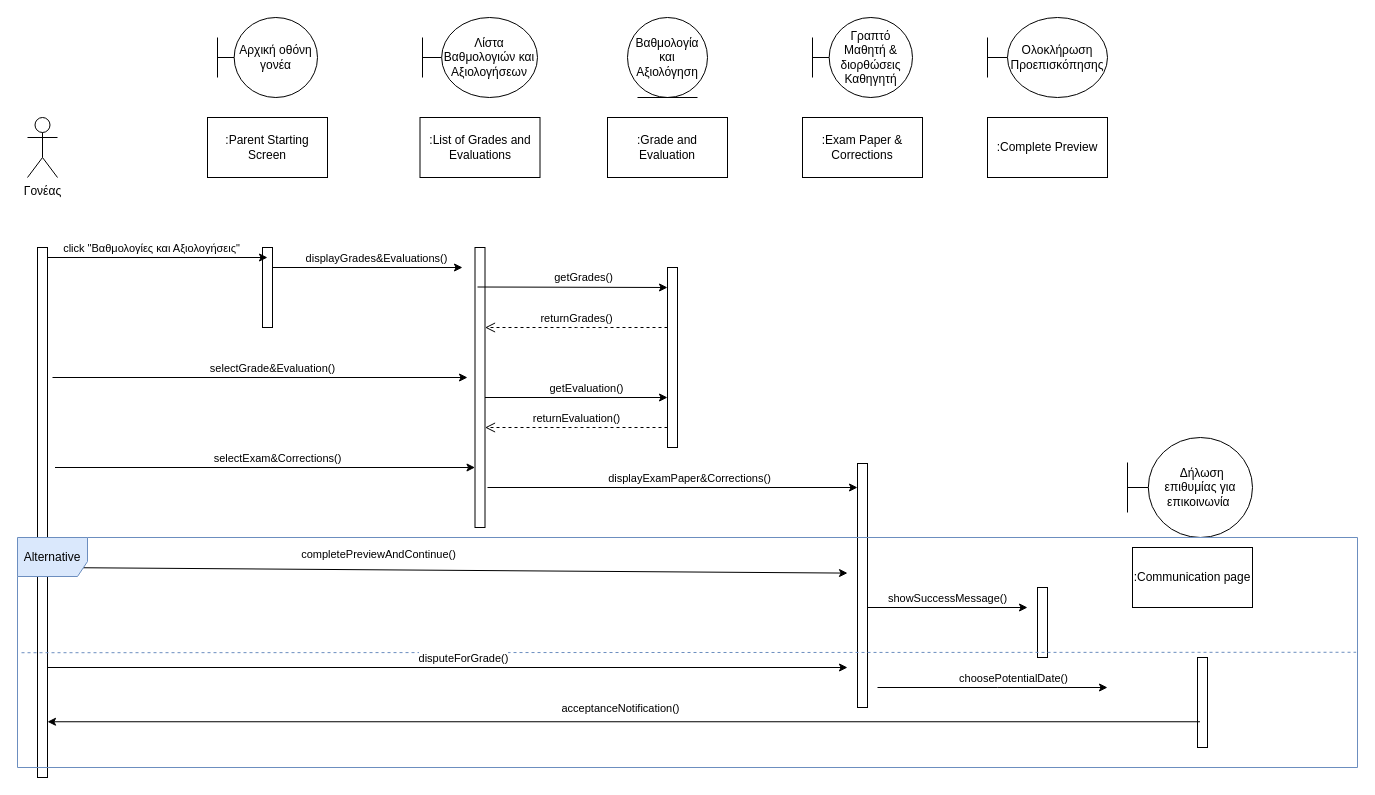
The draw.io diagram Παραδοτέο4/SD_Parent_1.drawio in m1kemp/School-Hero, before the edit. Source tidied: cells renumbered, new cells numbered last; positions are measured from the earlier drawing's top-left corner, leaving out a move shared by most shapes. Both pictures are drawn from the tidied source at 100%, with x=0, y=0 at pixel (17, 17).
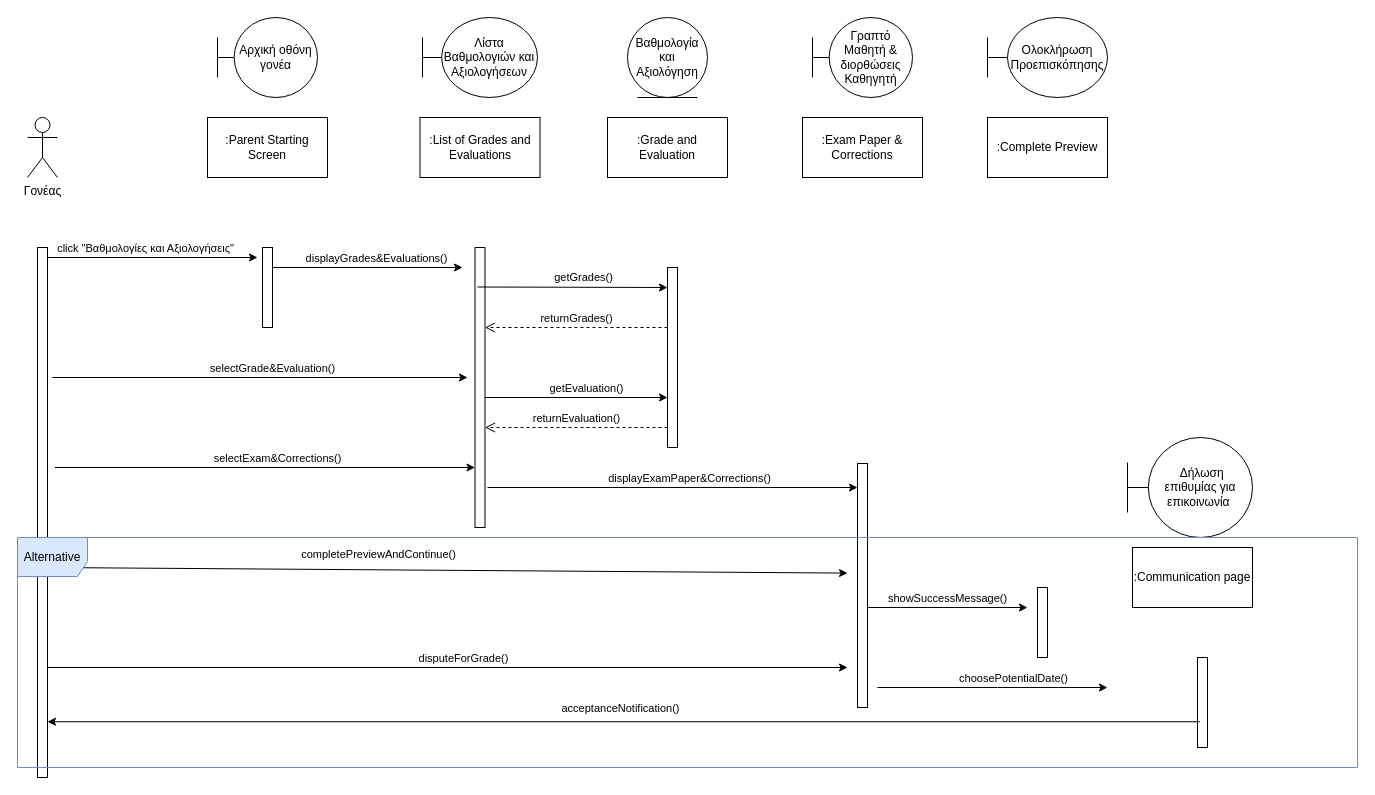
Above is the later version.

Unchanged cells that the change refers to:
```xml
<mxCell id="3" style="html=1;points=[];perimeter=orthogonalPerimeter;outlineConnect=0;targetShapes=umlLifeline;portConstraint=eastwest;newEdgeStyle={&quot;edgeStyle&quot;:&quot;elbowEdgeStyle&quot;,&quot;elbow&quot;:&quot;vertical&quot;,&quot;curved&quot;:0,&quot;rounded&quot;:0};" parent="1" vertex="1">
  <mxGeometry x="20" y="230" width="10" height="530" as="geometry" />
</mxCell>
<mxCell id="9" style="html=1;points=[];perimeter=orthogonalPerimeter;outlineConnect=0;targetShapes=umlLifeline;portConstraint=eastwest;newEdgeStyle={&quot;edgeStyle&quot;:&quot;elbowEdgeStyle&quot;,&quot;elbow&quot;:&quot;vertical&quot;,&quot;curved&quot;:0,&quot;rounded&quot;:0};" parent="1" vertex="1">
  <mxGeometry x="245" y="230" width="10" height="80" as="geometry" />
</mxCell>
<mxCell id="32" value="Alternative" style="shape=umlFrame;whiteSpace=wrap;html=1;fillColor=#dae8fc;strokeColor=#6c8ebf;width=70;height=39;" parent="1" vertex="1">
  <mxGeometry y="520" width="1340" height="230" as="geometry" />
</mxCell>
```

Change to the diagram source:
```diff
@@
-    <mxCell id="13" style="endArrow=classic;html=1;rounded=0;entryX=0.5;entryY=0.125;entryDx=0;entryDy=0;entryPerimeter=0;" parent="1" edge="1" source="3" target="9">
-      <mxGeometry relative="1" as="geometry" />
+    <mxCell id="13" style="endArrow=classic;html=1;rounded=0;" parent="1" edge="1" source="3">
+      <mxGeometry relative="1" as="geometry">
+        <mxPoint x="240" y="240" as="targetPoint" />
+      </mxGeometry>
     </mxCell>
@@
-    <mxCell id="38" style="endArrow=none;dashed=1;html=1;rounded=0;exitX=0.003;exitY=0.501;exitDx=0;exitDy=0;exitPerimeter=0;entryX=0.999;entryY=0.499;entryDx=0;entryDy=0;entryPerimeter=0;fillColor=#dae8fc;strokeColor=#6c8ebf;" parent="1" edge="1" source="32" target="32">
-      <mxGeometry relative="1" as="geometry" />
-    </mxCell>
```
